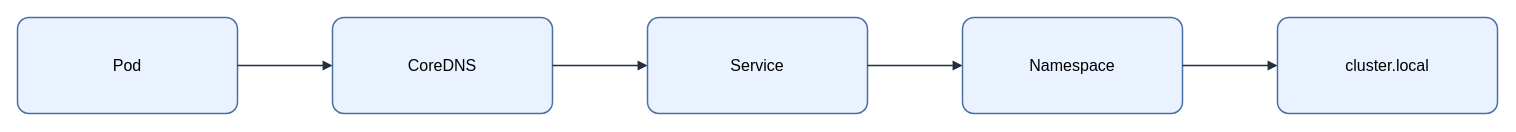
KKamJi98/kkamji98.github.io keeps this draw.io diagram as assets/img/kubernetes/kubernetes-fqdn-resolution.drawio. Above is the earlier version. Source tidied: cells renumbered, new cells numbered last; positions are measured from the earlier drawing's top-left corner, leaving out a move shared by most shapes. Both pictures are drawn from the tidied source at 100%, with x=0, y=0 at pixel (17, 17).
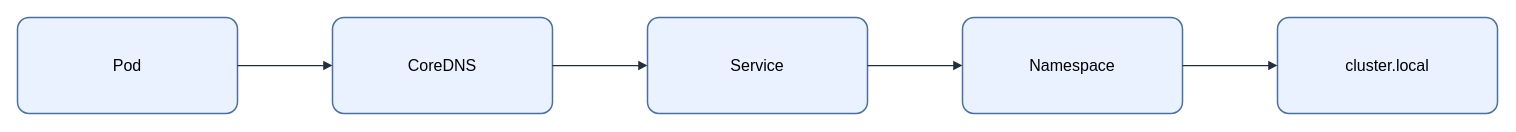
After the change.

Diff of the diagram source:
```diff
@@
 <mxGraphModel background="#FFFFFF">
   <root>
     <mxCell id="0" />
     <mxCell id="1" parent="0" />
-    <mxCell id="2" value="&lt;font style=&quot;color: rgb(0, 0, 0);&quot;&gt;Pod&lt;/font&gt;" style="rounded=1;arcSize=12;whiteSpace=wrap;html=1;fillColor=#EAF2FF;strokeColor=#4A6FA5;strokeWidth=1.5;fontColor=#000000;fontSize=16;align=center;verticalAlign=middle;spacing=8;shadow=0;" parent="1" vertex="1">
+    <mxCell id="2" value="Pod" style="rounded=1;arcSize=12;whiteSpace=wrap;html=0;fillColor=#EAF2FF;strokeColor=#4A6FA5;strokeWidth=1.5;fontColor=#000000;fontSize=16;align=center;verticalAlign=middle;spacing=8;shadow=0;" parent="1" vertex="1">
       <mxGeometry width="220" height="96" as="geometry" />
     </mxCell>
-    <mxCell id="3" value="&lt;font style=&quot;color: rgb(0, 0, 0);&quot;&gt;CoreDNS&lt;/font&gt;" style="rounded=1;arcSize=12;whiteSpace=wrap;html=1;fillColor=#EAF2FF;strokeColor=#4A6FA5;strokeWidth=1.5;fontColor=#000000;fontSize=16;align=center;verticalAlign=middle;spacing=8;shadow=0;" parent="1" vertex="1">
+    <mxCell id="3" value="CoreDNS" style="rounded=1;arcSize=12;whiteSpace=wrap;html=0;fillColor=#EAF2FF;strokeColor=#4A6FA5;strokeWidth=1.5;fontColor=#000000;fontSize=16;align=center;verticalAlign=middle;spacing=8;shadow=0;" parent="1" vertex="1">
       <mxGeometry x="315" width="220" height="96" as="geometry" />
     </mxCell>
-    <mxCell id="4" value="&lt;font style=&quot;color: rgb(0, 0, 0);&quot;&gt;Service&lt;/font&gt;" style="rounded=1;arcSize=12;whiteSpace=wrap;html=1;fillColor=#EAF2FF;strokeColor=#4A6FA5;strokeWidth=1.5;fontColor=#000000;fontSize=16;align=center;verticalAlign=middle;spacing=8;shadow=0;" parent="1" vertex="1">
+    <mxCell id="4" value="Service" style="rounded=1;arcSize=12;whiteSpace=wrap;html=0;fillColor=#EAF2FF;strokeColor=#4A6FA5;strokeWidth=1.5;fontColor=#000000;fontSize=16;align=center;verticalAlign=middle;spacing=8;shadow=0;" parent="1" vertex="1">
       <mxGeometry x="630" width="220" height="96" as="geometry" />
     </mxCell>
-    <mxCell id="5" value="&lt;font style=&quot;color: rgb(0, 0, 0);&quot;&gt;Namespace&lt;/font&gt;" style="rounded=1;arcSize=12;whiteSpace=wrap;html=1;fillColor=#EAF2FF;strokeColor=#4A6FA5;strokeWidth=1.5;fontColor=#000000;fontSize=16;align=center;verticalAlign=middle;spacing=8;shadow=0;" parent="1" vertex="1">
+    <mxCell id="5" value="Namespace" style="rounded=1;arcSize=12;whiteSpace=wrap;html=0;fillColor=#EAF2FF;strokeColor=#4A6FA5;strokeWidth=1.5;fontColor=#000000;fontSize=16;align=center;verticalAlign=middle;spacing=8;shadow=0;" parent="1" vertex="1">
       <mxGeometry x="945" width="220" height="96" as="geometry" />
     </mxCell>
-    <mxCell id="6" value="&lt;font style=&quot;color: rgb(0, 0, 0);&quot;&gt;cluster.local&lt;/font&gt;" style="rounded=1;arcSize=12;whiteSpace=wrap;html=1;fillColor=#EAF2FF;strokeColor=#4A6FA5;strokeWidth=1.5;fontColor=#000000;fontSize=16;align=center;verticalAlign=middle;spacing=8;shadow=0;" parent="1" vertex="1">
+    <mxCell id="6" value="cluster.local" style="rounded=1;arcSize=12;whiteSpace=wrap;html=0;fillColor=#EAF2FF;strokeColor=#4A6FA5;strokeWidth=1.5;fontColor=#000000;fontSize=16;align=center;verticalAlign=middle;spacing=8;shadow=0;" parent="1" vertex="1">
       <mxGeometry x="1260" width="220" height="96" as="geometry" />
     </mxCell>
-    <mxCell id="7" style="edgeStyle=orthogonalEdgeStyle;rounded=0;jettySize=auto;html=1;endArrow=block;endFill=1;strokeColor=#232F3E;strokeWidth=1.5;fontColor=#000000;labelBackgroundColor=none;exitX=1;exitY=0.5;exitDx=0;exitDy=0;entryX=0;entryY=0.5;entryDx=0;entryDy=0;" parent="1" edge="1" source="2" target="3">
+    <mxCell id="7" style="edgeStyle=orthogonalEdgeStyle;rounded=0;jettySize=auto;html=0;endArrow=block;endFill=1;strokeColor=#232F3E;strokeWidth=1.25;fontColor=#000000;labelBackgroundColor=none;exitX=1;exitY=0.5;exitDx=0;exitDy=0;entryX=0;entryY=0.5;entryDx=0;entryDy=0;" parent="1" edge="1" source="2" target="3">
       <mxGeometry relative="1" as="geometry" />
     </mxCell>
-    <mxCell id="8" style="edgeStyle=orthogonalEdgeStyle;rounded=0;jettySize=auto;html=1;endArrow=block;endFill=1;strokeColor=#232F3E;strokeWidth=1.5;fontColor=#000000;labelBackgroundColor=none;exitX=1;exitY=0.5;exitDx=0;exitDy=0;entryX=0;entryY=0.5;entryDx=0;entryDy=0;" parent="1" edge="1" source="3" target="4">
+    <mxCell id="8" style="edgeStyle=orthogonalEdgeStyle;rounded=0;jettySize=auto;html=0;endArrow=block;endFill=1;strokeColor=#232F3E;strokeWidth=1.25;fontColor=#000000;labelBackgroundColor=none;exitX=1;exitY=0.5;exitDx=0;exitDy=0;entryX=0;entryY=0.5;entryDx=0;entryDy=0;" parent="1" edge="1" source="3" target="4">
       <mxGeometry relative="1" as="geometry" />
     </mxCell>
-    <mxCell id="9" style="edgeStyle=orthogonalEdgeStyle;rounded=0;jettySize=auto;html=1;endArrow=block;endFill=1;strokeColor=#232F3E;strokeWidth=1.5;fontColor=#000000;labelBackgroundColor=none;exitX=1;exitY=0.5;exitDx=0;exitDy=0;entryX=0;entryY=0.5;entryDx=0;entryDy=0;" parent="1" edge="1" source="4" target="5">
+    <mxCell id="9" style="edgeStyle=orthogonalEdgeStyle;rounded=0;jettySize=auto;html=0;endArrow=block;endFill=1;strokeColor=#232F3E;strokeWidth=1.25;fontColor=#000000;labelBackgroundColor=none;exitX=1;exitY=0.5;exitDx=0;exitDy=0;entryX=0;entryY=0.5;entryDx=0;entryDy=0;" parent="1" edge="1" source="4" target="5">
       <mxGeometry relative="1" as="geometry" />
     </mxCell>
-    <mxCell id="10" style="edgeStyle=orthogonalEdgeStyle;rounded=0;jettySize=auto;html=1;endArrow=block;endFill=1;strokeColor=#232F3E;strokeWidth=1.5;fontColor=#000000;labelBackgroundColor=none;exitX=1;exitY=0.5;exitDx=0;exitDy=0;entryX=0;entryY=0.5;entryDx=0;entryDy=0;" parent="1" edge="1" source="5" target="6">
+    <mxCell id="10" style="edgeStyle=orthogonalEdgeStyle;rounded=0;jettySize=auto;html=0;endArrow=block;endFill=1;strokeColor=#232F3E;strokeWidth=1.25;fontColor=#000000;labelBackgroundColor=none;exitX=1;exitY=0.5;exitDx=0;exitDy=0;entryX=0;entryY=0.5;entryDx=0;entryDy=0;" parent="1" edge="1" source="5" target="6">
       <mxGeometry relative="1" as="geometry" />
     </mxCell>
   </root>
 </mxGraphModel>
```
